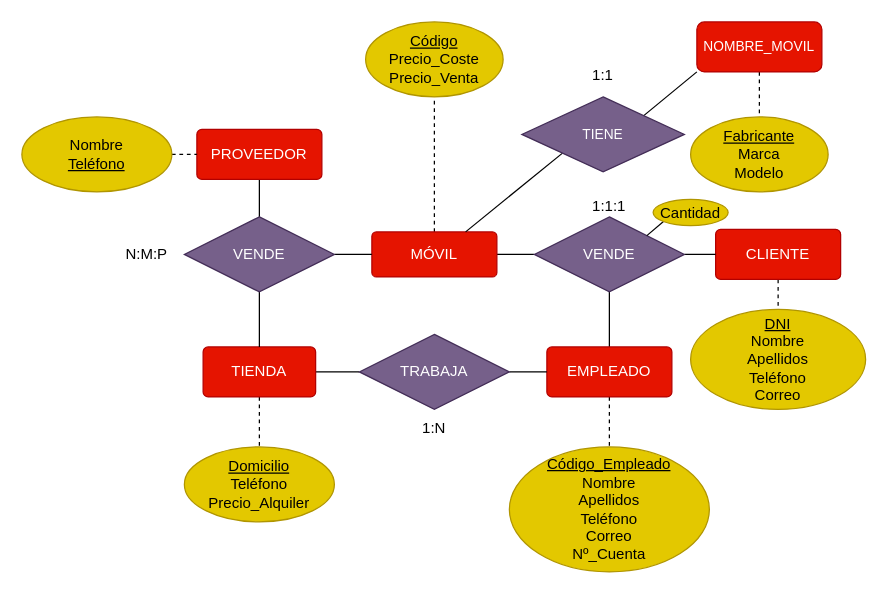
The draw.io diagram Ejercicio4_Tema1.drawio in antonionavarro04/diagramas, before the edit. Source tidied: cells renumbered, new cells numbered last; positions are measured from the earlier drawing's top-left corner, leaving out a move shared by most shapes. Both pictures are drawn from the tidied source at 125%, with x=0, y=0 at pixel (21, 21).
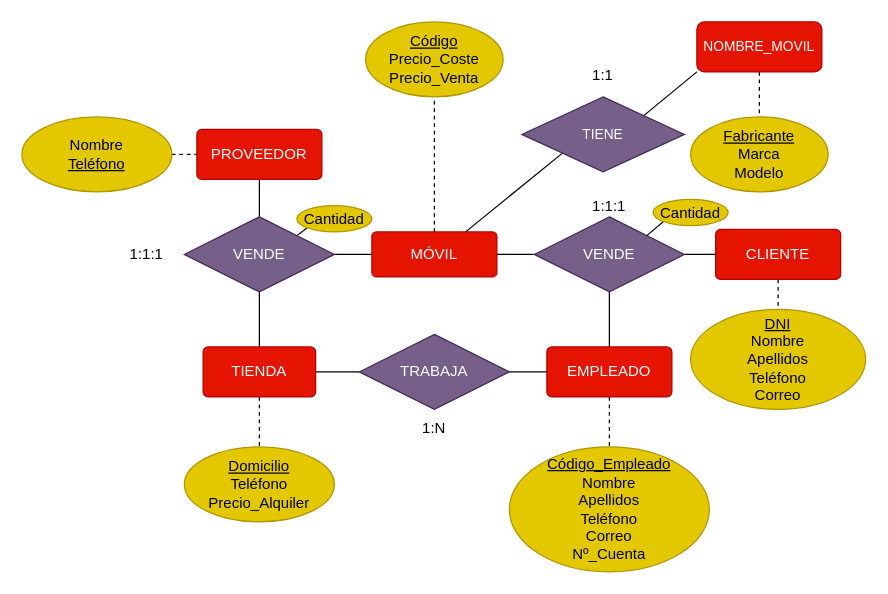
The same page after the edit.

The change refers to these unchanged cells:
```xml
<mxCell id="25" value="VENDE" style="shape=rhombus;perimeter=rhombusPerimeter;whiteSpace=wrap;html=1;align=center;rounded=0;fillColor=#76608a;strokeColor=#432D57;fontColor=#ffffff;" parent="1" vertex="1">
  <mxGeometry x="130" y="156" width="120" height="60" as="geometry" />
</mxCell>
```

Change to the diagram source:
```diff
@@
+    <mxCell id="40" style="edgeStyle=none;rounded=0;jettySize=auto;html=1;exitX=1;exitY=0;exitDx=0;exitDy=0;entryX=0;entryY=1;entryDx=0;entryDy=0;endArrow=none;endFill=0;" parent="1" edge="1" source="25" target="41">
+      <mxGeometry relative="1" as="geometry" />
+    </mxCell>
@@
-    <mxCell id="29" value="N:M:P" style="text;html=1;strokeColor=none;fillColor=none;align=center;verticalAlign=middle;whiteSpace=wrap;rounded=0;" parent="1" vertex="1">
+    <mxCell id="29" value="1:1:1" style="text;html=1;strokeColor=none;fillColor=none;align=center;verticalAlign=middle;whiteSpace=wrap;rounded=0;" parent="1" vertex="1">
       <mxGeometry x="70" y="171" width="60" height="30" as="geometry" />
     </mxCell>
@@
+    <mxCell id="41" value="Cantidad" style="ellipse;whiteSpace=wrap;html=1;align=center;fillColor=#e3c800;fontColor=#000000;strokeColor=#B09500;" parent="1" vertex="1">
+      <mxGeometry x="220" y="147" width="60" height="21" as="geometry" />
+    </mxCell>
```
